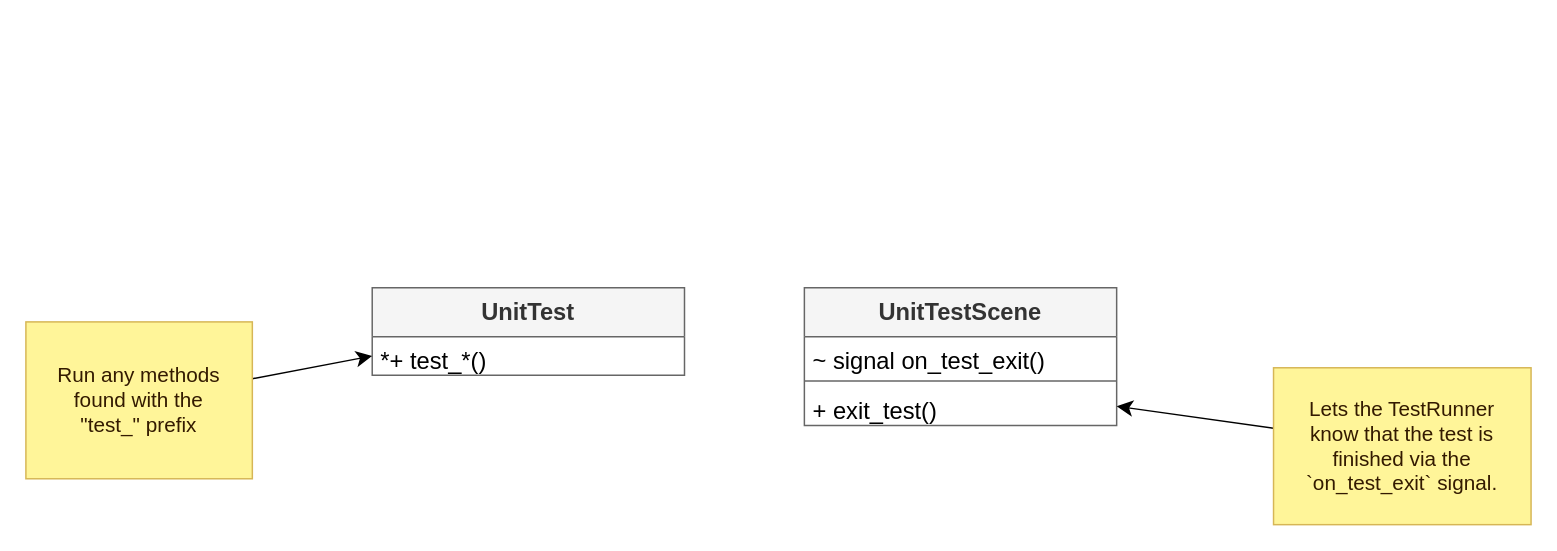
The draw.io diagram page "Class Diagram" (1 of 2) of Plugin UML Diagrams.drawio in accmltr/simple-testing-godot, before the edit. Source tidied: cells renumbered, new cells numbered last; positions are measured from the earlier drawing's top-left corner, leaving out a move shared by most shapes. Both pictures are drawn from the tidied source at 148%, with x=0, y=0 at pixel (25, 287).
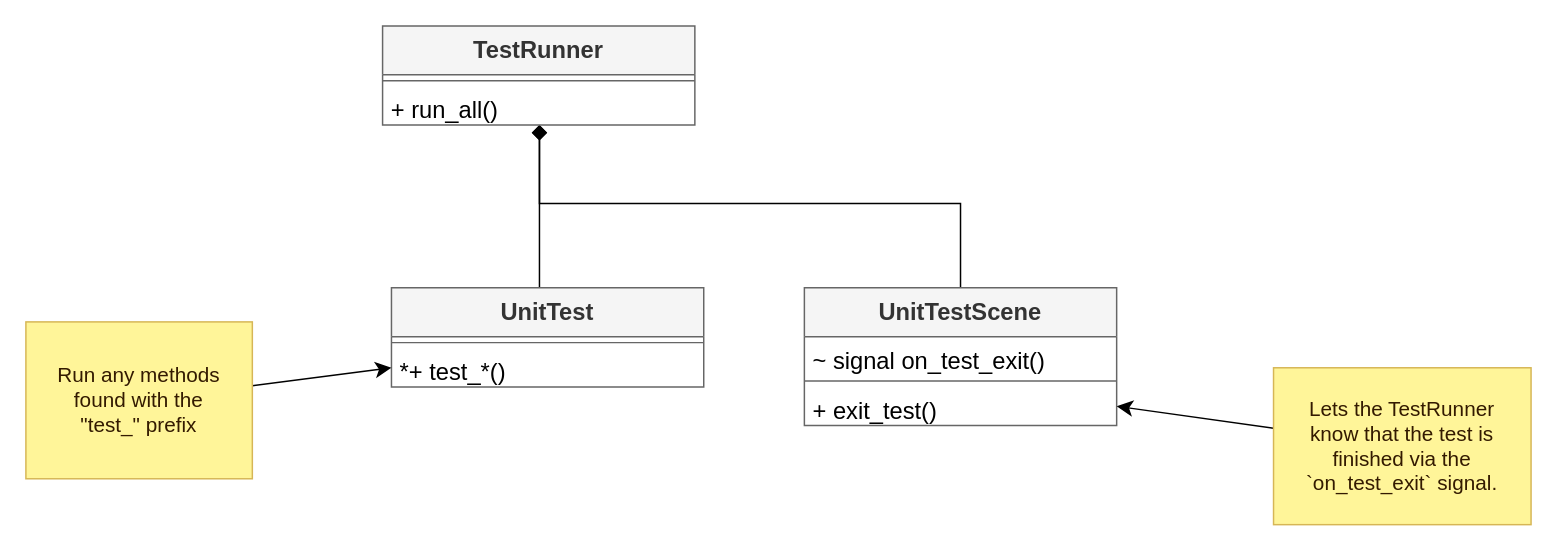
The same page after the edit.

The change refers to these unchanged cells:
```xml
<mxCell id="2" value="UnitTestScene" style="swimlane;fontStyle=1;align=center;verticalAlign=top;horizontal=1;startSize=33;whiteSpace=wrap;html=1;fontSize=16;fillColor=#f5f5f5;fontColor=#333333;strokeColor=#666666;swimlaneFillColor=default;" parent="1" vertex="1">
  <mxGeometry x="526" width="211" height="93" as="geometry" />
</mxCell>
```

What changed in the source:
```diff
@@
+    <mxCell id="12" style="edgeStyle=orthogonalEdgeStyle;rounded=0;jettySize=auto;html=1;fontSize=12;startSize=8;endSize=8;endArrow=diamond;endFill=1;" parent="1" edge="1" source="2" target="15">
+      <mxGeometry relative="1" as="geometry">
+        <Array as="points">
+          <mxPoint x="632" y="-57" />
+          <mxPoint x="347" y="-57" />
+        </Array>
+      </mxGeometry>
+    </mxCell>
@@
+    <mxCell id="13" style="edgeStyle=orthogonalEdgeStyle;rounded=0;jettySize=auto;html=1;fontSize=12;startSize=8;endSize=8;endArrow=diamond;endFill=1;" parent="1" edge="1" source="8" target="15">
+      <mxGeometry relative="1" as="geometry">
+        <Array as="points">
+          <mxPoint x="347" y="-55" />
+          <mxPoint x="347" y="-55" />
+        </Array>
+      </mxGeometry>
+    </mxCell>
     <mxCell id="8" value="UnitTest" style="swimlane;fontStyle=1;align=center;verticalAlign=top;horizontal=1;startSize=33;whiteSpace=wrap;html=1;fontSize=16;fillColor=#f5f5f5;fontColor=#333333;strokeColor=#666666;swimlaneFillColor=default;" parent="1" vertex="1">
-      <mxGeometry x="234" width="211" height="59" as="geometry" />
+      <mxGeometry x="247" width="211" height="67" as="geometry" />
     </mxCell>
+    <mxCell id="14" style="line;strokeWidth=1;fillColor=none;align=left;verticalAlign=middle;spacingTop=-1;spacingLeft=3;spacingRight=3;labelPosition=right;strokeColor=inherit;fontSize=16;" parent="8" vertex="1">
+      <mxGeometry y="33" width="211" height="8" as="geometry" />
+    </mxCell>
     <mxCell id="9" value="*+ test_*()" style="text;strokeColor=none;fillColor=none;align=left;verticalAlign=top;spacingLeft=4;spacingRight=4;overflow=hidden;points=[[0,0.5],[1,0.5]];portConstraint=eastwest;whiteSpace=wrap;html=1;fontSize=16;" parent="8" vertex="1">
-      <mxGeometry y="33" width="211" height="26" as="geometry" />
+      <mxGeometry y="41" width="211" height="26" as="geometry" />
     </mxCell>
@@
+    <mxCell id="15" value="TestRunner" style="swimlane;fontStyle=1;align=center;verticalAlign=top;horizontal=1;startSize=33;whiteSpace=wrap;html=1;fontSize=16;fillColor=#f5f5f5;fontColor=#333333;strokeColor=#666666;swimlaneFillColor=default;" parent="1" vertex="1">
+      <mxGeometry x="241" y="-177" width="211" height="67" as="geometry" />
+    </mxCell>
+    <mxCell id="16" style="line;strokeWidth=1;fillColor=none;align=left;verticalAlign=middle;spacingTop=-1;spacingLeft=3;spacingRight=3;labelPosition=right;strokeColor=inherit;fontSize=16;" parent="15" vertex="1">
+      <mxGeometry y="33" width="211" height="8" as="geometry" />
+    </mxCell>
+    <mxCell id="17" value="+ run_all()" style="text;strokeColor=none;fillColor=none;align=left;verticalAlign=top;spacingLeft=4;spacingRight=4;overflow=hidden;whiteSpace=wrap;html=1;fontSize=16;" parent="15" vertex="1">
+      <mxGeometry y="41" width="211" height="26" as="geometry" />
+    </mxCell>
```
